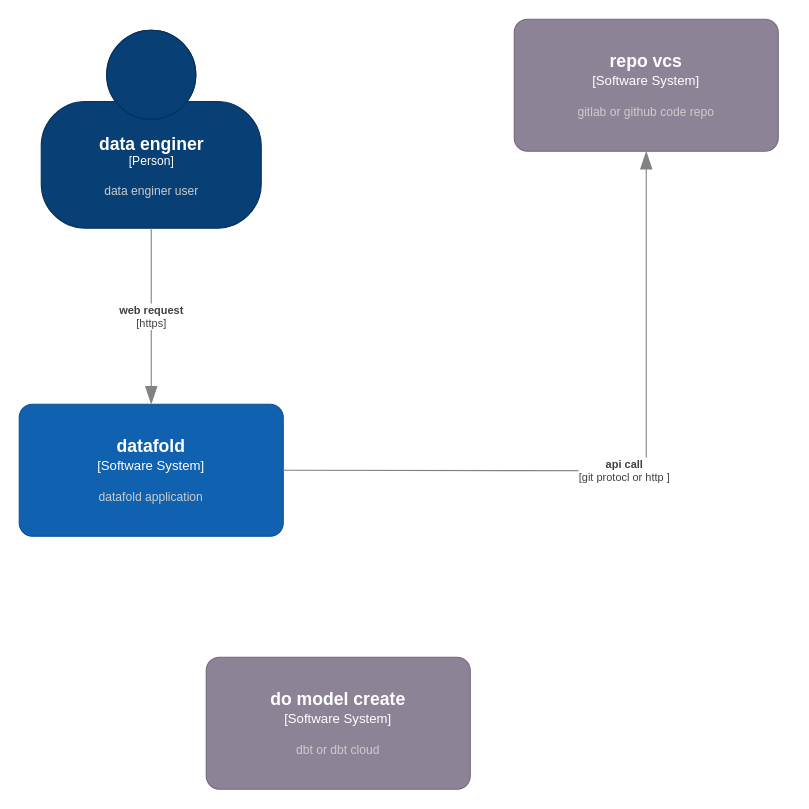
Above: c4-learning.drawio in apicaddyway/architecture-docs (draw.io), before the change. Source tidied: cells renumbered, new cells numbered last; positions are measured from the earlier drawing's top-left corner, leaving out a move shared by most shapes. Both pictures are drawn from the tidied source at 110%, with x=0, y=0 at pixel (19, 19).
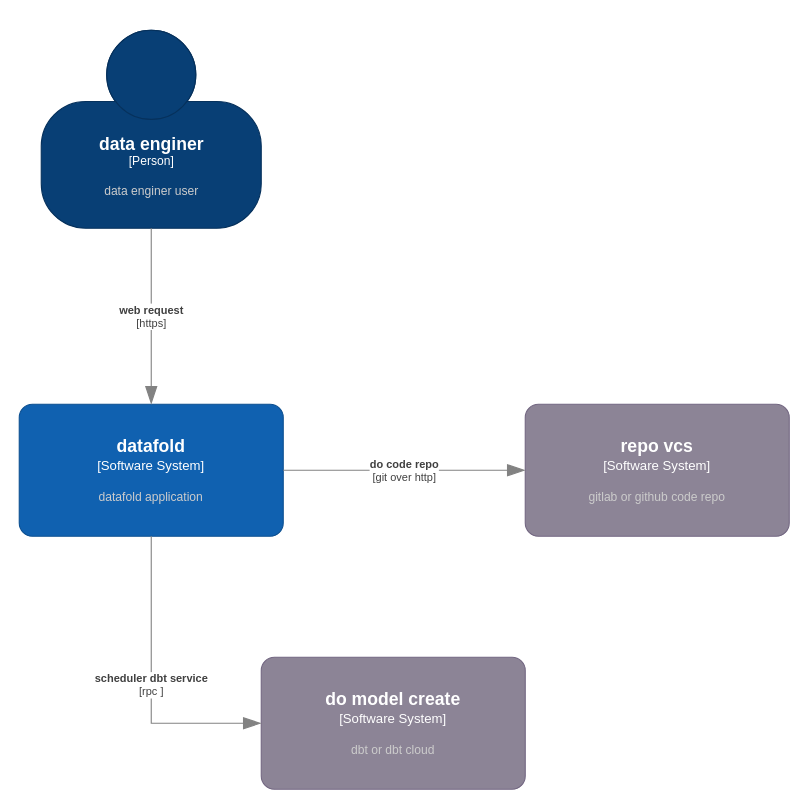
The same page after the edit.

Change to the diagram source:
```diff
@@
 <mxGraphModel>
   <root>
     <mxCell id="0" />
     <mxCell id="1" parent="0" />
     <object id="2" label="&lt;font style=&quot;font-size: 16px&quot;&gt;&lt;b&gt;%c4Name%&lt;/b&gt;&lt;/font&gt;&lt;div&gt;[%c4Type%]&lt;/div&gt;&lt;br&gt;&lt;div&gt;&lt;font style=&quot;font-size: 11px&quot;&gt;&lt;font color=&quot;#cccccc&quot;&gt;%c4Description%&lt;/font&gt;&lt;/div&gt;" c4Description="data enginer user  " c4Name="data enginer" c4Type="Person" placeholders="1">
       <mxCell style="html=1;fontSize=11;dashed=0;whitespace=wrap;fillColor=#083F75;strokeColor=#06315C;fontColor=#ffffff;shape=mxgraph.c4.person2;align=center;points=[[0.5,0,0],[1,0.5,0],[1,0.75,0],[0.75,1,0],[0.5,1,0],[0.25,1,0],[0,0.75,0],[0,0.5,0]];" parent="1" vertex="1">
         <mxGeometry x="20" y="10" width="200" height="180" as="geometry" />
       </mxCell>
     </object>
     <object id="3" label="&lt;font style=&quot;font-size: 16px&quot;&gt;&lt;b&gt;%c4Name%&lt;/b&gt;&lt;/font&gt;&lt;div&gt;[%c4Type%]&lt;/div&gt;&lt;br&gt;&lt;div&gt;&lt;font style=&quot;font-size: 11px&quot;&gt;&lt;font color=&quot;#cccccc&quot;&gt;%c4Description%&lt;/font&gt;&lt;/div&gt;" c4Description="datafold  application" c4Name="datafold" c4Type="Software System" placeholders="1">
       <mxCell style="rounded=1;whiteSpace=wrap;html=1;labelBackgroundColor=none;fillColor=#1061B0;fontColor=#ffffff;align=center;arcSize=10;strokeColor=#0D5091;points=[[0.25,0,0],[0.5,0,0],[0.75,0,0],[1,0.25,0],[1,0.5,0],[1,0.75,0],[0.75,1,0],[0.5,1,0],[0.25,1,0],[0,0.75,0],[0,0.5,0],[0,0.25,0]];" parent="1" vertex="1">
         <mxGeometry y="350" width="240" height="120" as="geometry" />
       </mxCell>
     </object>
     <object id="4" label="&lt;div style=&quot;text-align: left&quot;&gt;&lt;div style=&quot;text-align: center&quot;&gt;&lt;b&gt;%c4Description%&lt;/b&gt;&lt;/div&gt;&lt;div style=&quot;text-align: center&quot;&gt;[%c4Technology%]&lt;/div&gt;&lt;/div&gt;" c4Description="web request" c4Technology="https" placeholders="1">
       <mxCell style="endArrow=blockThin;html=1;fontSize=10;fontColor=#404040;strokeWidth=1;endFill=1;strokeColor=#828282;elbow=vertical;endSize=14;startSize=14;jumpStyle=arc;jumpSize=16;rounded=0;edgeStyle=orthogonalEdgeStyle;exitX=0.5;exitY=1;exitDx=0;exitDy=0;exitPerimeter=0;" parent="1" edge="1" source="2" target="3">
         <mxGeometry relative="1" as="geometry" />
       </mxCell>
     </object>
     <object id="5" label="&lt;font style=&quot;font-size: 16px&quot;&gt;&lt;b&gt;%c4Name%&lt;/b&gt;&lt;/font&gt;&lt;div&gt;[%c4Type%]&lt;/div&gt;&lt;br&gt;&lt;div&gt;&lt;font style=&quot;font-size: 11px&quot;&gt;&lt;font color=&quot;#cccccc&quot;&gt;%c4Description%&lt;/font&gt;&lt;/div&gt;" c4Description="gitlab or github code repo" c4Name="repo vcs " c4Type="Software System" placeholders="1">
       <mxCell style="rounded=1;whiteSpace=wrap;html=1;labelBackgroundColor=none;fillColor=#8C8496;fontColor=#ffffff;align=center;arcSize=10;strokeColor=#736782;points=[[0.25,0,0],[0.5,0,0],[0.75,0,0],[1,0.25,0],[1,0.5,0],[1,0.75,0],[0.75,1,0],[0.5,1,0],[0.25,1,0],[0,0.75,0],[0,0.5,0],[0,0.25,0]];" parent="1" vertex="1">
-        <mxGeometry x="450" width="240" height="120" as="geometry" />
+        <mxGeometry x="460" y="350" width="240" height="120" as="geometry" />
       </mxCell>
     </object>
-    <object id="6" label="&lt;div style=&quot;text-align: left&quot;&gt;&lt;div style=&quot;text-align: center&quot;&gt;&lt;b&gt;%c4Description%&lt;/b&gt;&lt;/div&gt;&lt;div style=&quot;text-align: center&quot;&gt;[%c4Technology%]&lt;/div&gt;&lt;/div&gt;" c4Description="api call " c4Technology="git protocl or http " placeholders="1">
-      <mxCell style="endArrow=blockThin;html=1;fontSize=10;fontColor=#404040;strokeWidth=1;endFill=1;strokeColor=#828282;elbow=vertical;endSize=14;startSize=14;jumpStyle=arc;jumpSize=16;rounded=0;edgeStyle=orthogonalEdgeStyle;entryX=0.5;entryY=1;entryDx=0;entryDy=0;entryPerimeter=0;" parent="1" edge="1" target="5">
-        <mxGeometry relative="1" as="geometry">
-          <mxPoint x="240" y="410" as="sourcePoint" />
-        </mxGeometry>
-      </mxCell>
-    </object>
     <object id="7" label="&lt;font style=&quot;font-size: 16px&quot;&gt;&lt;b&gt;%c4Name%&lt;/b&gt;&lt;/font&gt;&lt;div&gt;[%c4Type%]&lt;/div&gt;&lt;br&gt;&lt;div&gt;&lt;font style=&quot;font-size: 11px&quot;&gt;&lt;font color=&quot;#cccccc&quot;&gt;%c4Description%&lt;/font&gt;&lt;/div&gt;" c4Description="dbt or dbt cloud " c4Name="do model create " c4Type="Software System" placeholders="1">
       <mxCell style="rounded=1;whiteSpace=wrap;html=1;labelBackgroundColor=none;fillColor=#8C8496;fontColor=#ffffff;align=center;arcSize=10;strokeColor=#736782;points=[[0.25,0,0],[0.5,0,0],[0.75,0,0],[1,0.25,0],[1,0.5,0],[1,0.75,0],[0.75,1,0],[0.5,1,0],[0.25,1,0],[0,0.75,0],[0,0.5,0],[0,0.25,0]];" parent="1" vertex="1">
-        <mxGeometry x="170" y="580" width="240" height="120" as="geometry" />
+        <mxGeometry x="220" y="580" width="240" height="120" as="geometry" />
       </mxCell>
     </object>
+    <object id="8" label="&lt;div style=&quot;text-align: left&quot;&gt;&lt;div style=&quot;text-align: center&quot;&gt;&lt;b&gt;%c4Description%&lt;/b&gt;&lt;/div&gt;&lt;div style=&quot;text-align: center&quot;&gt;[%c4Technology%]&lt;/div&gt;&lt;/div&gt;" c4Description="scheduler dbt service" c4Technology="rpc " placeholders="1">
+      <mxCell style="endArrow=blockThin;html=1;fontSize=10;fontColor=#404040;strokeWidth=1;endFill=1;strokeColor=#828282;elbow=vertical;endSize=14;startSize=14;jumpStyle=arc;jumpSize=16;rounded=0;edgeStyle=orthogonalEdgeStyle;exitX=0.5;exitY=1;exitDx=0;exitDy=0;exitPerimeter=0;entryX=0;entryY=0.5;entryDx=0;entryDy=0;entryPerimeter=0;" parent="1" edge="1" source="3" target="7">
+        <mxGeometry relative="1" as="geometry" />
+      </mxCell>
+    </object>
+    <object id="9" label="&lt;div style=&quot;text-align: left&quot;&gt;&lt;div style=&quot;text-align: center&quot;&gt;&lt;b&gt;%c4Description%&lt;/b&gt;&lt;/div&gt;&lt;div style=&quot;text-align: center&quot;&gt;[%c4Technology%]&lt;/div&gt;&lt;/div&gt;" c4Description="do code repo " c4Technology="git over http" placeholders="1">
+      <mxCell style="endArrow=blockThin;html=1;fontSize=10;fontColor=#404040;strokeWidth=1;endFill=1;strokeColor=#828282;elbow=vertical;endSize=14;startSize=14;jumpStyle=arc;jumpSize=16;rounded=0;edgeStyle=orthogonalEdgeStyle;exitX=1;exitY=0.5;exitDx=0;exitDy=0;exitPerimeter=0;" parent="1" edge="1" source="3" target="5">
+        <mxGeometry relative="1" as="geometry" />
+      </mxCell>
+    </object>
   </root>
 </mxGraphModel>
```
